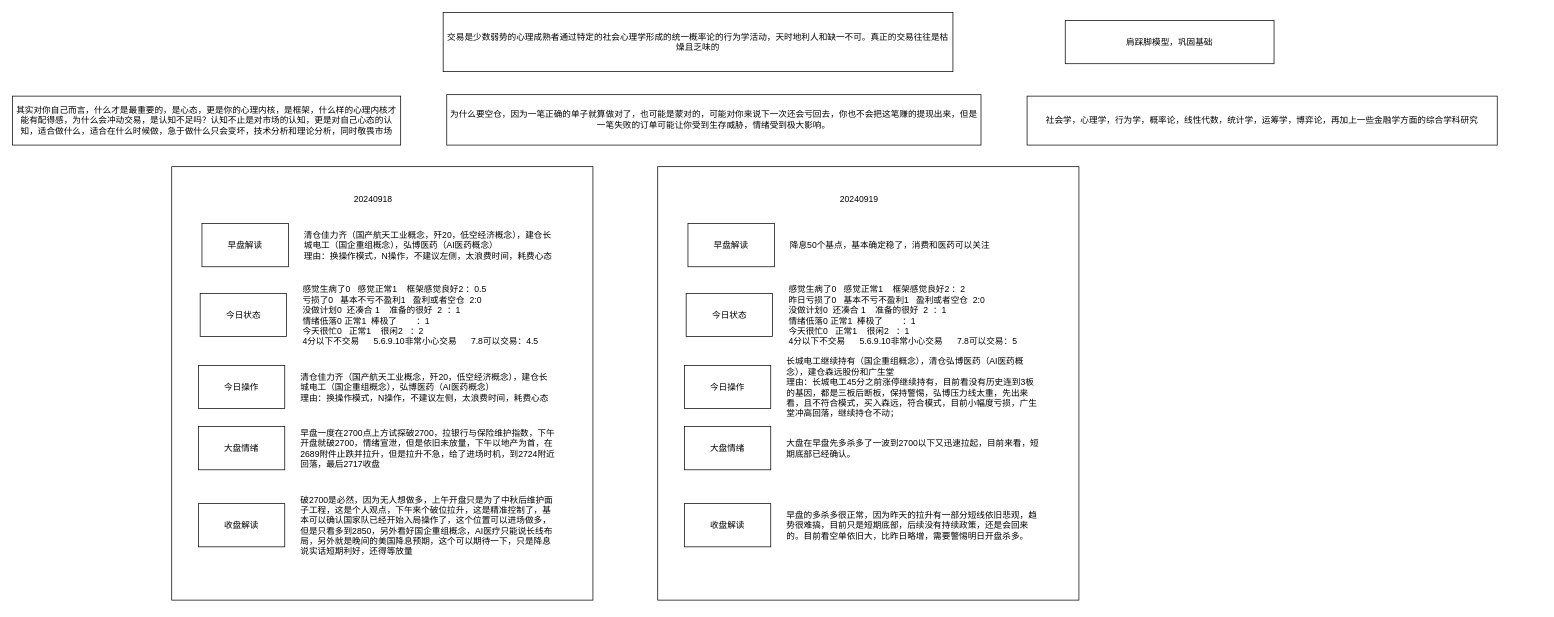
Earlier version of the draw.io diagram 日志.drawio (chiti-liu/my_design). Source tidied: cells renumbered, new cells numbered last; positions are measured from the earlier drawing's top-left corner, leaving out a move shared by most shapes. Both pictures are drawn from the tidied source at 72%, with x=0, y=0 at pixel (12, 12).
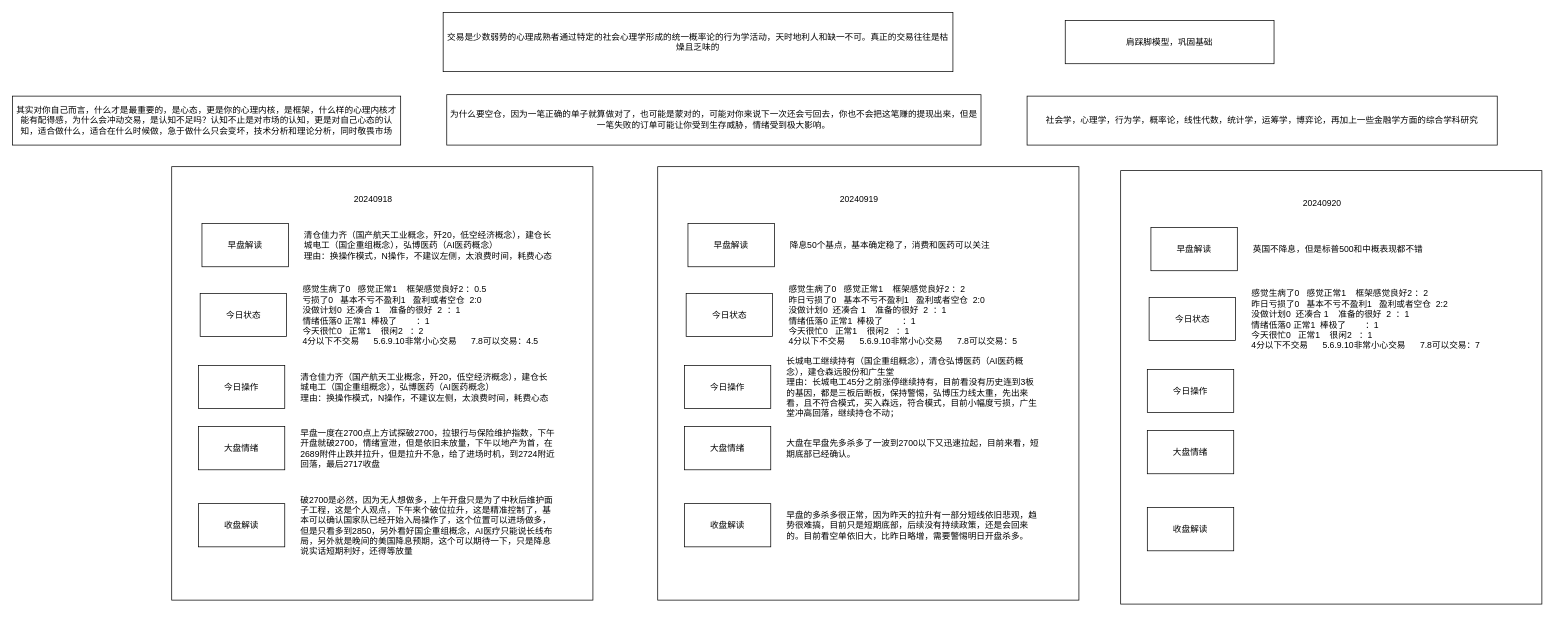
The same diagram, later.

What changed in the source:
```diff
@@
+    <mxCell id="41" style="rounded=0;whiteSpace=wrap;html=1;" parent="1" vertex="1">
+      <mxGeometry x="1539" y="219.5" width="585" height="602" as="geometry" />
+    </mxCell>
+    <mxCell id="42" value="20240920" style="text;html=1;align=center;verticalAlign=middle;whiteSpace=wrap;rounded=0;" parent="1" vertex="1">
+      <mxGeometry x="1564" y="238.5" width="510" height="52" as="geometry" />
+    </mxCell>
+    <mxCell id="43" style="group;" parent="1" vertex="1">
+      <mxGeometry x="1576" y="495.5" width="495.5" height="61" as="geometry" />
+    </mxCell>
+    <mxCell id="44" value="今日操作" style="rounded=0;whiteSpace=wrap;html=1;" parent="43" vertex="1">
+      <mxGeometry width="120" height="60" as="geometry" />
+    </mxCell>
+    <mxCell id="45" style="group;" parent="1" vertex="1">
+      <mxGeometry x="1576" y="580.5" width="495.5" height="61" as="geometry" />
+    </mxCell>
+    <mxCell id="46" value="大盘情绪" style="rounded=0;whiteSpace=wrap;html=1;" parent="45" vertex="1">
+      <mxGeometry width="120" height="60" as="geometry" />
+    </mxCell>
+    <mxCell id="47" style="group;" parent="1" vertex="1">
+      <mxGeometry x="1581" y="298.5" width="495.5" height="61" as="geometry" />
+    </mxCell>
+    <mxCell id="48" value="英国不降息，但是标普500和中概表现都不错" style="text;html=1;align=left;verticalAlign=middle;whiteSpace=wrap;rounded=0;" parent="47" vertex="1">
+      <mxGeometry x="140" width="355.5" height="61" as="geometry" />
+    </mxCell>
+    <mxCell id="49" value="早盘解读" style="rounded=0;whiteSpace=wrap;html=1;" parent="47" vertex="1">
+      <mxGeometry width="120" height="60" as="geometry" />
+    </mxCell>
+    <mxCell id="50" style="group;" parent="1" vertex="1">
+      <mxGeometry x="1576" y="687.5" width="495.5" height="61" as="geometry" />
+    </mxCell>
+    <mxCell id="51" value="收盘解读" style="rounded=0;whiteSpace=wrap;html=1;" parent="50" vertex="1">
+      <mxGeometry width="120" height="60" as="geometry" />
+    </mxCell>
+    <mxCell id="52" style="group;" parent="1" vertex="1">
+      <mxGeometry x="1578.5" y="395.5" width="495.5" height="61" as="geometry" />
+    </mxCell>
+    <mxCell id="53" value="感觉生病了0&amp;nbsp; &amp;nbsp;感觉正常1&amp;nbsp; &amp;nbsp; 框架感觉良好2 ：2&lt;br&gt;昨日亏损了0&amp;nbsp; &amp;nbsp;基本不亏不盈利1&amp;nbsp; &amp;nbsp;盈利或者空仓&amp;nbsp; 2:2&lt;br&gt;没做计划0&amp;nbsp; 还凑合 1&amp;nbsp; &amp;nbsp; 准备的很好&amp;nbsp; 2&amp;nbsp; ：1&lt;br&gt;情绪低落0 正常1&amp;nbsp; 棒极了&amp;nbsp; &amp;nbsp; &amp;nbsp; &amp;nbsp; ：1&lt;br&gt;今天很忙0&amp;nbsp; &amp;nbsp;正常1&amp;nbsp; &amp;nbsp; 很闲2&amp;nbsp; &amp;nbsp;：1&lt;br&gt;4分以下不交易&amp;nbsp; &amp;nbsp; &amp;nbsp; 5.6.9.10非常小心交易&amp;nbsp; &amp;nbsp; &amp;nbsp; 7.8可以交易：7" style="text;html=1;align=left;verticalAlign=middle;whiteSpace=wrap;rounded=0;" parent="52" vertex="1">
+      <mxGeometry x="140" width="355.5" height="61" as="geometry" />
+    </mxCell>
+    <mxCell id="54" value="今日状态" style="rounded=0;whiteSpace=wrap;html=1;" parent="52" vertex="1">
+      <mxGeometry width="120" height="60" as="geometry" />
+    </mxCell>
```
